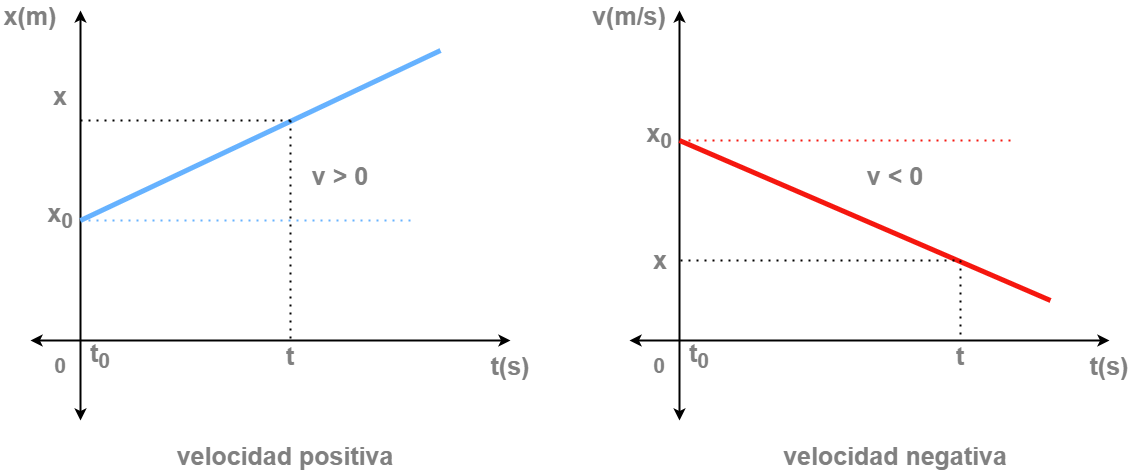
The draw.io diagram webComponents/IMG/gift/Posición.png in Aspg97/XRMRU, before a commit. Source tidied: cells renumbered, new cells last; positions are measured from the earlier drawing's top-left corner, leaving out a move shared by most shapes.
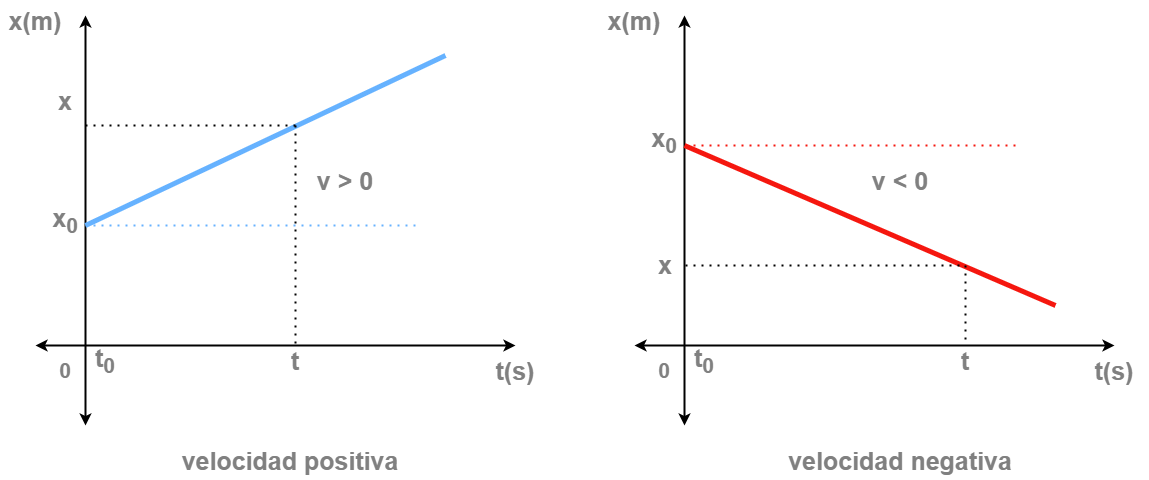
After the change.

The edit, as a diff of the source:
```diff
@@ -62,7 +62,7 @@
     <mxCell id="15" value="0" style="text;html=1;strokeColor=none;fillColor=none;align=center;verticalAlign=middle;whiteSpace=wrap;rounded=0;fontSize=21;fontColor=#808080;fontStyle=1;" parent="1" vertex="1">
       <mxGeometry x="629" y="350" width="60" height="30" as="geometry" />
     </mxCell>
-    <mxCell id="16" value="v(m/s)" style="text;html=1;strokeColor=none;fillColor=none;align=center;verticalAlign=middle;whiteSpace=wrap;rounded=0;fontSize=25;fontColor=#808080;fontStyle=1;" parent="1" vertex="1">
+    <mxCell id="16" value="x(m)" style="text;html=1;strokeColor=none;fillColor=none;align=center;verticalAlign=middle;whiteSpace=wrap;rounded=0;fontSize=25;fontColor=#808080;fontStyle=1;" parent="1" vertex="1">
       <mxGeometry x="599" width="60" height="30" as="geometry" />
     </mxCell>
     <mxCell id="17" value="t(s)" style="text;html=1;strokeColor=none;fillColor=none;align=center;verticalAlign=middle;whiteSpace=wrap;rounded=0;fontSize=25;fontColor=#808080;fontStyle=1;" parent="1" vertex="1">
```
